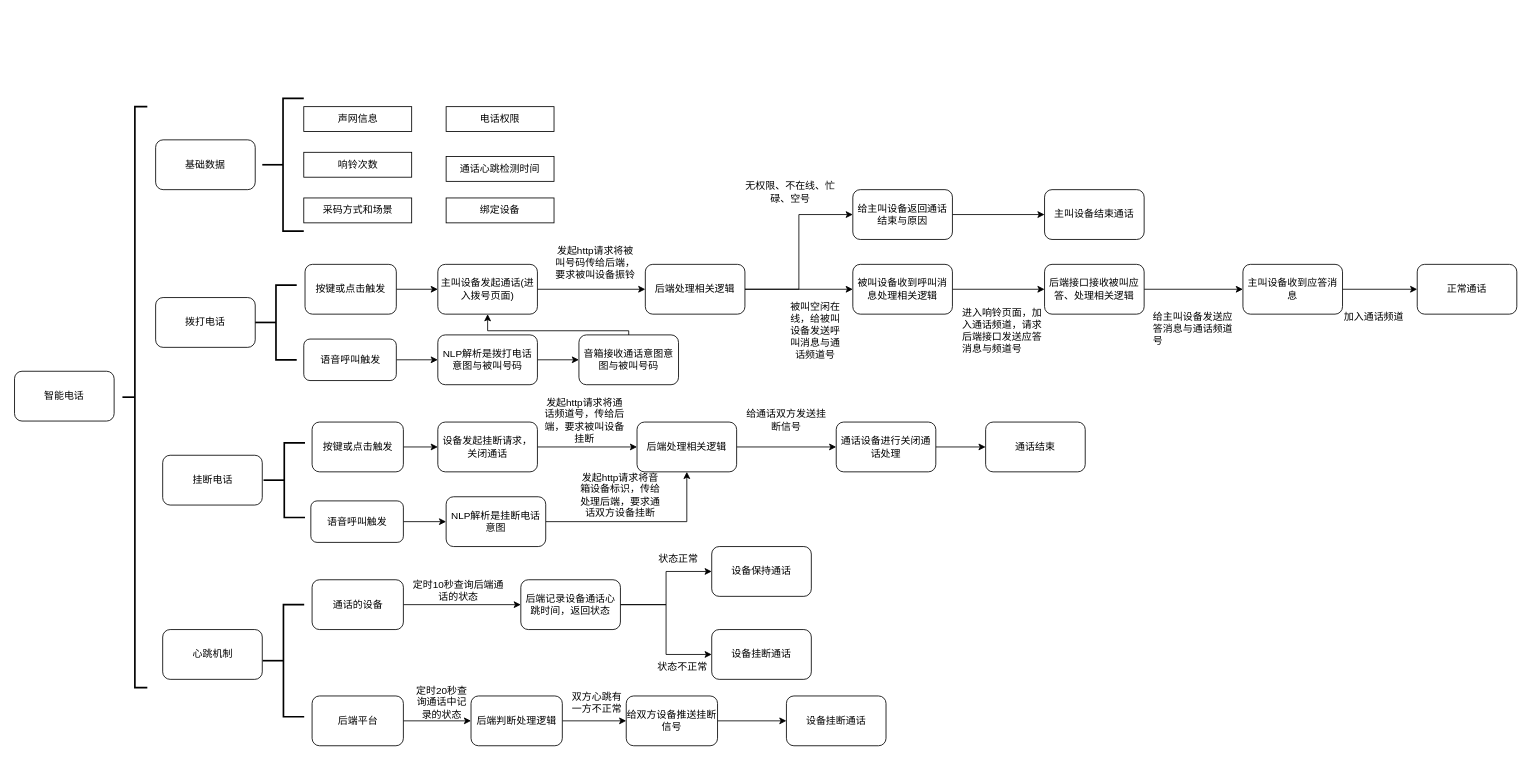
This is xzzh/电话通话流程.drawio from daniel-7d/draw, a draw.io file, before an edit. Source tidied: cells renumbered, new cells numbered last; positions are measured from the earlier drawing's top-left corner, leaving out a move shared by most shapes. Both pictures are drawn from the tidied source at 83%, with x=0, y=0 at pixel (14, 98).
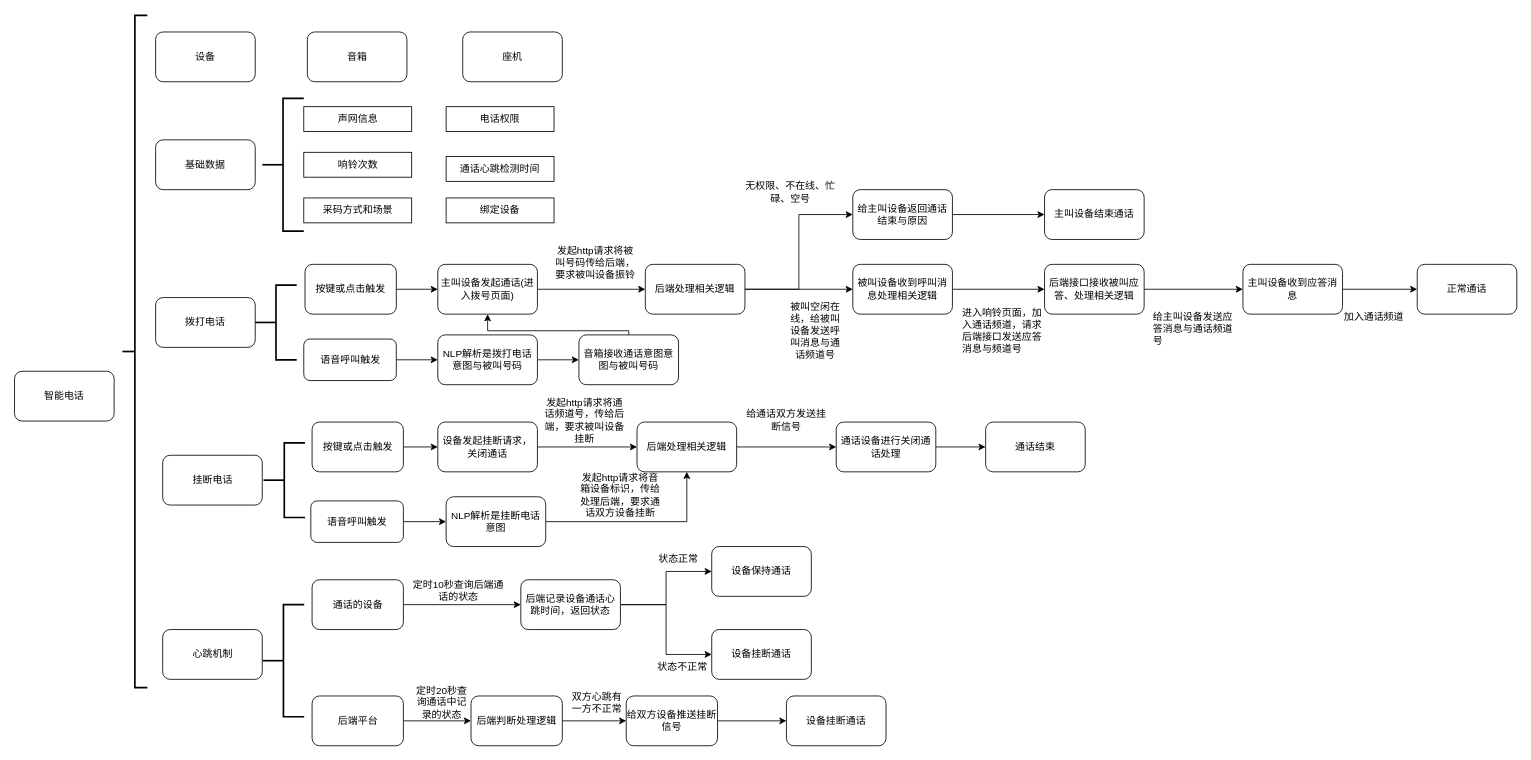
The same page after the edit.

Commit message:
更新电话通话流程.drawio

The edit, as a diff of the source:
```diff
@@
     <mxCell id="3" style="strokeWidth=2;html=1;shape=mxgraph.flowchart.annotation_2;align=left;labelPosition=right;" parent="1" vertex="1">
-      <mxGeometry x="130" y="10" width="30" height="700" as="geometry" />
+      <mxGeometry x="130" y="-100" width="30" height="810" as="geometry" />
     </mxCell>
@@
+    <mxCell id="82" value="设备" style="rounded=1;whiteSpace=wrap;html=1;" parent="1" vertex="1">
+      <mxGeometry x="170" y="-80" width="120" height="60" as="geometry" />
+    </mxCell>
+    <mxCell id="83" value="音箱" style="rounded=1;whiteSpace=wrap;html=1;" parent="1" vertex="1">
+      <mxGeometry x="352.8" y="-80" width="120" height="60" as="geometry" />
+    </mxCell>
+    <mxCell id="84" value="座机" style="rounded=1;whiteSpace=wrap;html=1;" parent="1" vertex="1">
+      <mxGeometry x="540" y="-80" width="120" height="60" as="geometry" />
+    </mxCell>
```
